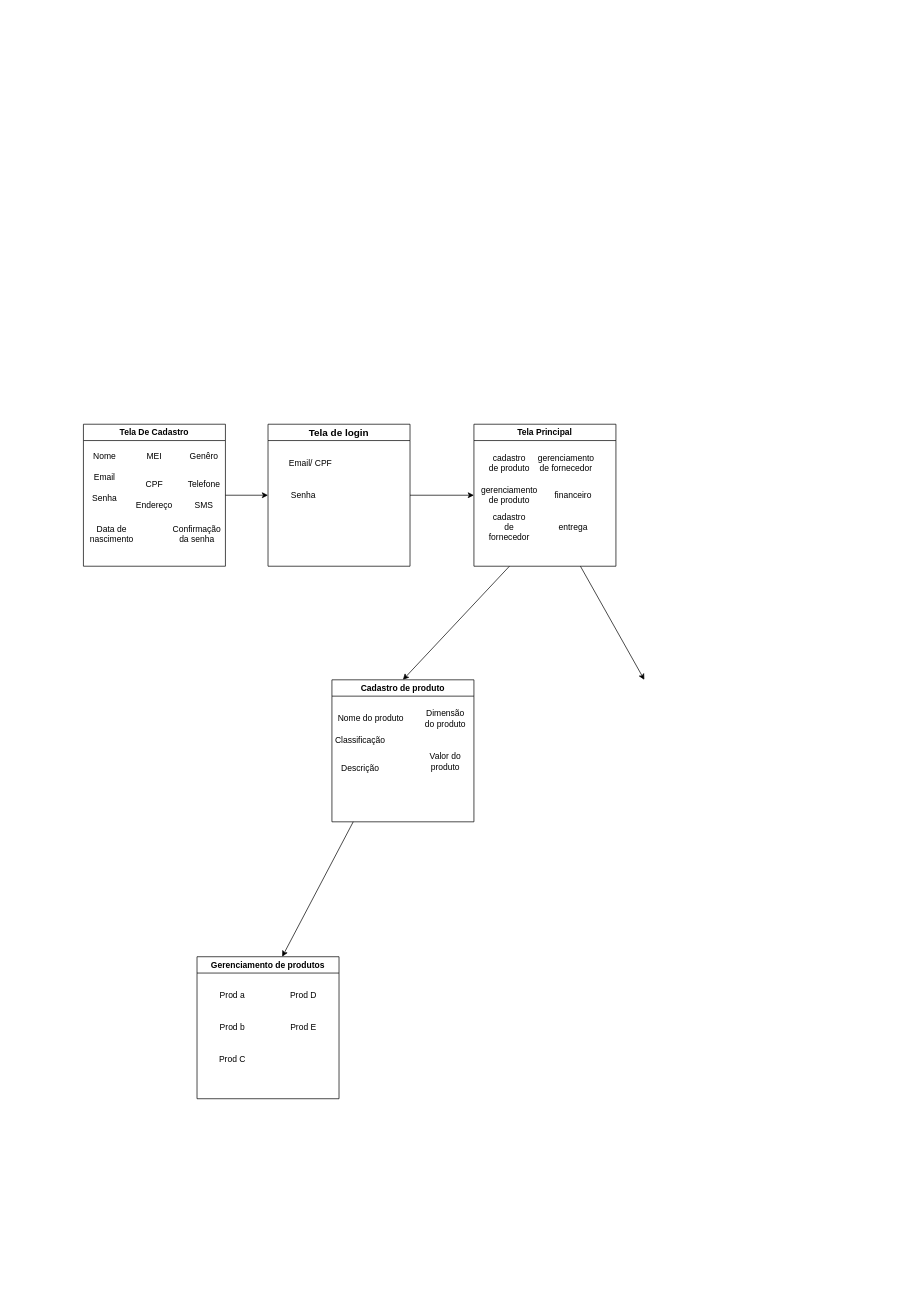
Earlier version of the draw.io diagram doc/diagrama de classe e o fluxograma/Diagrama de classe.drawio (Apaixonadopormotores/trabalho-ds). Source tidied: cells renumbered, new cells numbered last; positions are measured from the earlier drawing's top-left corner, leaving out a move shared by most shapes. Both pictures are drawn from the tidied source at 71%, with x=0, y=0 at pixel (83, 424).
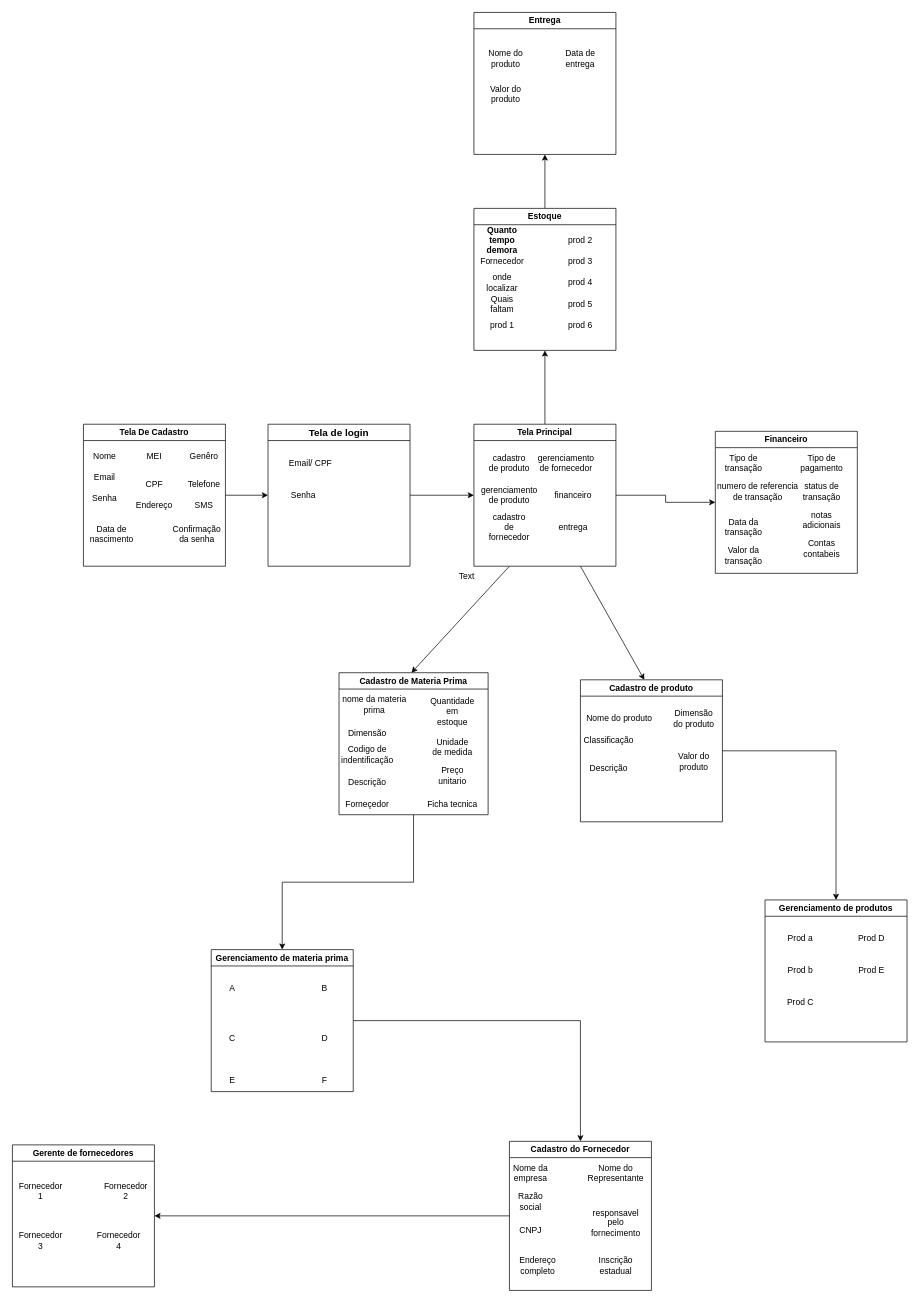
After the change.

Unchanged cells that the change refers to:
```xml
<mxCell id="19" value="Tela Principal" style="swimlane;whiteSpace=wrap;html=1;" parent="1" vertex="1">
  <mxGeometry x="550" width="200" height="200" as="geometry" />
</mxCell>
```

Diff of the diagram source:
```diff
@@
+    <mxCell id="41" style="edgeStyle=orthogonalEdgeStyle;rounded=0;jettySize=auto;html=1;" parent="1" edge="1" source="19" target="79">
+      <mxGeometry relative="1" as="geometry" />
+    </mxCell>
+    <mxCell id="42" style="edgeStyle=orthogonalEdgeStyle;rounded=0;jettySize=auto;html=1;exitX=1;exitY=0.5;exitDx=0;exitDy=0;" parent="1" edge="1" source="19" target="94">
+      <mxGeometry relative="1" as="geometry" />
+    </mxCell>
@@
     <mxCell id="26" style="endArrow=classic;html=1;rounded=0;exitX=0.25;exitY=1;exitDx=0;exitDy=0;" parent="1" edge="1" source="19">
       <mxGeometry relative="1" as="geometry">
-        <mxPoint x="450" y="360" as="targetPoint" />
+        <mxPoint x="462" y="350" as="targetPoint" />
       </mxGeometry>
     </mxCell>
@@
+    <mxCell id="43" style="edgeStyle=orthogonalEdgeStyle;rounded=0;jettySize=auto;html=1;" parent="1" edge="1" source="28" target="35">
+      <mxGeometry relative="1" as="geometry" />
+    </mxCell>
     <mxCell id="28" value="Cadastro de produto" style="swimlane;whiteSpace=wrap;html=1;" parent="1" vertex="1">
-      <mxGeometry x="350" y="360" width="200" height="200" as="geometry" />
+      <mxGeometry x="700" y="360" width="200" height="200" as="geometry" />
     </mxCell>
@@
-    <mxCell id="34" style="endArrow=classic;html=1;rounded=0;" parent="1" edge="1">
-      <mxGeometry relative="1" as="geometry">
-        <mxPoint x="380" y="560" as="sourcePoint" />
-        <mxPoint x="280" y="750" as="targetPoint" />
-      </mxGeometry>
-    </mxCell>
     <mxCell id="35" value="Gerenciamento de produtos" style="swimlane;whiteSpace=wrap;html=1;" parent="1" vertex="1">
-      <mxGeometry x="160" y="750" width="200" height="200" as="geometry" />
+      <mxGeometry x="960" y="670" width="200" height="200" as="geometry" />
     </mxCell>
@@
+    <mxCell id="44" value="Text" style="text;html=1;align=center;verticalAlign=middle;whiteSpace=wrap;rounded=0;" parent="1" vertex="1">
+      <mxGeometry x="510" y="200" width="60" height="30" as="geometry" />
+    </mxCell>
+    <mxCell id="45" style="edgeStyle=orthogonalEdgeStyle;rounded=0;jettySize=auto;html=1;exitX=0.5;exitY=1;exitDx=0;exitDy=0;entryX=0.5;entryY=0;entryDx=0;entryDy=0;" parent="1" edge="1" source="46" target="57">
+      <mxGeometry relative="1" as="geometry" />
+    </mxCell>
+    <mxCell id="46" value="Cadastro de Materia Prima" style="swimlane;whiteSpace=wrap;html=1;" parent="1" vertex="1">
+      <mxGeometry x="360" y="350" width="210" height="200" as="geometry" />
+    </mxCell>
+    <mxCell id="47" value="nome da materia prima" style="text;html=1;align=center;verticalAlign=middle;whiteSpace=wrap;rounded=0;" parent="46" vertex="1">
+      <mxGeometry y="40" width="100" height="10" as="geometry" />
+    </mxCell>
+    <mxCell id="48" value="Dimensão" style="text;html=1;align=center;verticalAlign=middle;whiteSpace=wrap;rounded=0;" parent="46" vertex="1">
+      <mxGeometry x="-10" y="80" width="100" height="10" as="geometry" />
+    </mxCell>
+    <mxCell id="49" value="Codigo de indentificação" style="text;html=1;align=center;verticalAlign=middle;whiteSpace=wrap;rounded=0;" parent="46" vertex="1">
+      <mxGeometry x="10" y="100" width="60" height="30" as="geometry" />
+    </mxCell>
+    <mxCell id="50" value="Descrição" style="text;html=1;align=center;verticalAlign=middle;whiteSpace=wrap;rounded=0;" parent="46" vertex="1">
+      <mxGeometry x="10" y="140" width="60" height="30" as="geometry" />
+    </mxCell>
+    <mxCell id="51" value="Forneçedor" style="text;html=1;align=center;verticalAlign=middle;whiteSpace=wrap;rounded=0;" parent="46" vertex="1">
+      <mxGeometry x="10" y="170" width="60" height="30" as="geometry" />
+    </mxCell>
+    <mxCell id="52" value="Quantidade em estoque" style="text;html=1;align=center;verticalAlign=middle;whiteSpace=wrap;rounded=0;" parent="46" vertex="1">
+      <mxGeometry x="130" y="40" width="60" height="30" as="geometry" />
+    </mxCell>
+    <mxCell id="53" value="Unidade de medida" style="text;html=1;align=center;verticalAlign=middle;whiteSpace=wrap;rounded=0;" parent="46" vertex="1">
+      <mxGeometry x="130" y="90" width="60" height="30" as="geometry" />
+    </mxCell>
+    <mxCell id="54" value="Preço unitario" style="text;html=1;align=center;verticalAlign=middle;whiteSpace=wrap;rounded=0;" parent="46" vertex="1">
+      <mxGeometry x="130" y="130" width="60" height="30" as="geometry" />
+    </mxCell>
+    <mxCell id="55" value="Ficha tecnica" style="text;html=1;align=center;verticalAlign=middle;whiteSpace=wrap;rounded=0;" parent="46" vertex="1">
+      <mxGeometry x="110" y="180" width="100" height="10" as="geometry" />
+    </mxCell>
+    <mxCell id="56" style="edgeStyle=orthogonalEdgeStyle;rounded=0;jettySize=auto;html=1;" parent="1" edge="1" source="57" target="65">
+      <mxGeometry relative="1" as="geometry" />
+    </mxCell>
+    <mxCell id="57" value="Gerenciamento de materia prima" style="swimlane;whiteSpace=wrap;html=1;" parent="1" vertex="1">
+      <mxGeometry x="180" y="740" width="200" height="200" as="geometry" />
+    </mxCell>
+    <mxCell id="58" value="A" style="text;html=1;align=center;verticalAlign=middle;whiteSpace=wrap;rounded=0;" parent="57" vertex="1">
+      <mxGeometry y="40" width="60" height="30" as="geometry" />
+    </mxCell>
+    <mxCell id="59" value="B" style="text;html=1;align=center;verticalAlign=middle;whiteSpace=wrap;rounded=0;" parent="57" vertex="1">
+      <mxGeometry x="130" y="40" width="60" height="30" as="geometry" />
+    </mxCell>
+    <mxCell id="60" value="C" style="text;html=1;align=center;verticalAlign=middle;whiteSpace=wrap;rounded=0;" parent="57" vertex="1">
+      <mxGeometry y="110" width="60" height="30" as="geometry" />
+    </mxCell>
+    <mxCell id="61" value="D" style="text;html=1;align=center;verticalAlign=middle;whiteSpace=wrap;rounded=0;" parent="57" vertex="1">
+      <mxGeometry x="130" y="110" width="60" height="30" as="geometry" />
+    </mxCell>
+    <mxCell id="62" value="E" style="text;html=1;align=center;verticalAlign=middle;whiteSpace=wrap;rounded=0;" parent="57" vertex="1">
+      <mxGeometry y="170" width="60" height="30" as="geometry" />
+    </mxCell>
+    <mxCell id="63" value="F" style="text;html=1;align=center;verticalAlign=middle;whiteSpace=wrap;rounded=0;" parent="57" vertex="1">
+      <mxGeometry x="130" y="170" width="60" height="30" as="geometry" />
+    </mxCell>
+    <mxCell id="64" style="edgeStyle=orthogonalEdgeStyle;rounded=0;jettySize=auto;html=1;" parent="1" edge="1" source="65" target="73">
+      <mxGeometry relative="1" as="geometry" />
+    </mxCell>
+    <mxCell id="65" value="Cadastro do Fornecedor" style="swimlane;whiteSpace=wrap;html=1;" parent="1" vertex="1">
+      <mxGeometry x="600" y="1010" width="200" height="210" as="geometry" />
+    </mxCell>
+    <mxCell id="66" value="Nome da empresa" style="text;html=1;align=center;verticalAlign=middle;whiteSpace=wrap;rounded=0;" parent="65" vertex="1">
+      <mxGeometry y="30" width="60" height="30" as="geometry" />
+    </mxCell>
+    <mxCell id="67" value="Razão social" style="text;html=1;align=center;verticalAlign=middle;whiteSpace=wrap;rounded=0;" parent="65" vertex="1">
+      <mxGeometry y="70" width="60" height="30" as="geometry" />
+    </mxCell>
+    <mxCell id="68" value="CNPJ" style="text;html=1;align=center;verticalAlign=middle;whiteSpace=wrap;rounded=0;" parent="65" vertex="1">
+      <mxGeometry y="110" width="60" height="30" as="geometry" />
+    </mxCell>
+    <mxCell id="69" value="Inscrição estadual" style="text;html=1;align=center;verticalAlign=middle;whiteSpace=wrap;rounded=0;" parent="65" vertex="1">
+      <mxGeometry x="120" y="160" width="60" height="30" as="geometry" />
+    </mxCell>
+    <mxCell id="70" value="Endereço completo" style="text;html=1;align=center;verticalAlign=middle;whiteSpace=wrap;rounded=0;" parent="65" vertex="1">
+      <mxGeometry x="10" y="160" width="60" height="30" as="geometry" />
+    </mxCell>
+    <mxCell id="71" value="Nome do Representante" style="text;html=1;align=center;verticalAlign=middle;whiteSpace=wrap;rounded=0;" parent="65" vertex="1">
+      <mxGeometry x="120" y="30" width="60" height="30" as="geometry" />
+    </mxCell>
+    <mxCell id="72" value="responsavel pelo fornecimento" style="text;html=1;align=center;verticalAlign=middle;whiteSpace=wrap;rounded=0;" parent="65" vertex="1">
+      <mxGeometry x="120" y="100" width="60" height="30" as="geometry" />
+    </mxCell>
+    <mxCell id="73" value="Gerente de fornecedores" style="swimlane;whiteSpace=wrap;html=1;" parent="1" vertex="1">
+      <mxGeometry x="-100" y="1015" width="200" height="200" as="geometry" />
+    </mxCell>
+    <mxCell id="74" value="Fornecedor 1" style="text;html=1;align=center;verticalAlign=middle;whiteSpace=wrap;rounded=0;" parent="73" vertex="1">
+      <mxGeometry x="10" y="50" width="60" height="30" as="geometry" />
+    </mxCell>
+    <mxCell id="75" value="Fornecedor 2" style="text;html=1;align=center;verticalAlign=middle;whiteSpace=wrap;rounded=0;" parent="73" vertex="1">
+      <mxGeometry x="130" y="50" width="60" height="30" as="geometry" />
+    </mxCell>
+    <mxCell id="76" value="Fornecedor 3" style="text;html=1;align=center;verticalAlign=middle;whiteSpace=wrap;rounded=0;" parent="73" vertex="1">
+      <mxGeometry x="10" y="120" width="60" height="30" as="geometry" />
+    </mxCell>
+    <mxCell id="77" value="Fornecedor 4" style="text;html=1;align=center;verticalAlign=middle;whiteSpace=wrap;rounded=0;" parent="73" vertex="1">
+      <mxGeometry x="120" y="120" width="60" height="30" as="geometry" />
+    </mxCell>
+    <mxCell id="78" style="edgeStyle=orthogonalEdgeStyle;rounded=0;jettySize=auto;html=1;" parent="1" edge="1" source="79" target="90">
+      <mxGeometry relative="1" as="geometry" />
+    </mxCell>
+    <mxCell id="79" value="Estoque" style="swimlane;whiteSpace=wrap;html=1;" parent="1" vertex="1">
+      <mxGeometry x="550" y="-304" width="200" height="200" as="geometry" />
+    </mxCell>
+    <mxCell id="80" value="&lt;b&gt;Quanto tempo demora&lt;/b&gt;" style="text;html=1;align=center;verticalAlign=middle;whiteSpace=wrap;rounded=0;" parent="79" vertex="1">
+      <mxGeometry x="15" y="35" width="50" height="20" as="geometry" />
+    </mxCell>
+    <mxCell id="81" value="Fornecedor" style="text;html=1;align=center;verticalAlign=middle;whiteSpace=wrap;rounded=0;" parent="79" vertex="1">
+      <mxGeometry x="10" y="60" width="60" height="30" as="geometry" />
+    </mxCell>
+    <mxCell id="82" value="onde localizar" style="text;html=1;align=center;verticalAlign=middle;whiteSpace=wrap;rounded=0;" parent="79" vertex="1">
+      <mxGeometry x="10" y="90" width="60" height="30" as="geometry" />
+    </mxCell>
+    <mxCell id="83" value="Quais faltam" style="text;html=1;align=center;verticalAlign=middle;whiteSpace=wrap;rounded=0;" parent="79" vertex="1">
+      <mxGeometry x="10" y="120" width="60" height="30" as="geometry" />
+    </mxCell>
+    <mxCell id="84" value="prod 1" style="text;html=1;align=center;verticalAlign=middle;whiteSpace=wrap;rounded=0;" parent="79" vertex="1">
+      <mxGeometry x="10" y="150" width="60" height="30" as="geometry" />
+    </mxCell>
+    <mxCell id="85" value="prod 2" style="text;html=1;align=center;verticalAlign=middle;whiteSpace=wrap;rounded=0;" parent="79" vertex="1">
+      <mxGeometry x="120" y="30" width="60" height="30" as="geometry" />
+    </mxCell>
+    <mxCell id="86" value="prod 3" style="text;html=1;align=center;verticalAlign=middle;whiteSpace=wrap;rounded=0;" parent="79" vertex="1">
+      <mxGeometry x="120" y="60" width="60" height="30" as="geometry" />
+    </mxCell>
+    <mxCell id="87" value="prod 4" style="text;html=1;align=center;verticalAlign=middle;whiteSpace=wrap;rounded=0;" parent="79" vertex="1">
+      <mxGeometry x="120" y="90" width="60" height="30" as="geometry" />
+    </mxCell>
+    <mxCell id="88" value="prod 5" style="text;html=1;align=center;verticalAlign=middle;whiteSpace=wrap;rounded=0;" parent="79" vertex="1">
+      <mxGeometry x="120" y="120" width="60" height="30" as="geometry" />
+    </mxCell>
+    <mxCell id="89" value="prod 6" style="text;html=1;align=center;verticalAlign=middle;whiteSpace=wrap;rounded=0;" parent="79" vertex="1">
+      <mxGeometry x="120" y="150" width="60" height="30" as="geometry" />
+    </mxCell>
+    <mxCell id="90" value="Entrega" style="swimlane;whiteSpace=wrap;html=1;" parent="1" vertex="1">
+      <mxGeometry x="550" y="-580" width="200" height="200" as="geometry" />
+    </mxCell>
+    <mxCell id="91" value="Nome do produto" style="text;html=1;align=center;verticalAlign=middle;whiteSpace=wrap;rounded=0;" parent="90" vertex="1">
+      <mxGeometry x="15" y="50" width="60" height="30" as="geometry" />
+    </mxCell>
+    <mxCell id="92" value="Data de entrega" style="text;html=1;align=center;verticalAlign=middle;whiteSpace=wrap;rounded=0;" parent="90" vertex="1">
+      <mxGeometry x="120" y="50" width="60" height="30" as="geometry" />
+    </mxCell>
+    <mxCell id="93" value="Valor do produto" style="text;html=1;align=center;verticalAlign=middle;whiteSpace=wrap;rounded=0;" parent="90" vertex="1">
+      <mxGeometry x="15" y="100" width="60" height="30" as="geometry" />
+    </mxCell>
+    <mxCell id="94" value="Financeiro" style="swimlane;whiteSpace=wrap;html=1;" parent="1" vertex="1">
+      <mxGeometry x="890" y="10" width="200" height="200" as="geometry" />
+    </mxCell>
+    <mxCell id="95" value="Tipo de transação" style="text;html=1;align=center;verticalAlign=middle;whiteSpace=wrap;rounded=0;" parent="94" vertex="1">
+      <mxGeometry x="10" y="30" width="60" height="30" as="geometry" />
+    </mxCell>
+    <mxCell id="96" value="Valor da transação" style="text;html=1;align=center;verticalAlign=middle;whiteSpace=wrap;rounded=0;" parent="94" vertex="1">
+      <mxGeometry x="10" y="160" width="60" height="30" as="geometry" />
+    </mxCell>
+    <mxCell id="97" value="Data da transação" style="text;html=1;align=center;verticalAlign=middle;whiteSpace=wrap;rounded=0;" parent="94" vertex="1">
+      <mxGeometry x="10" y="120" width="60" height="30" as="geometry" />
+    </mxCell>
+    <mxCell id="98" value="numero de referencia de transação" style="text;html=1;align=center;verticalAlign=middle;whiteSpace=wrap;rounded=0;" parent="94" vertex="1">
+      <mxGeometry y="70" width="120" height="30" as="geometry" />
+    </mxCell>
+    <mxCell id="99" value="Tipo de pagamento" style="text;html=1;align=center;verticalAlign=middle;whiteSpace=wrap;rounded=0;" parent="94" vertex="1">
+      <mxGeometry x="120" y="30" width="60" height="30" as="geometry" />
+    </mxCell>
+    <mxCell id="100" value="status de transação" style="text;html=1;align=center;verticalAlign=middle;whiteSpace=wrap;rounded=0;" parent="94" vertex="1">
+      <mxGeometry x="120" y="70" width="60" height="30" as="geometry" />
+    </mxCell>
+    <mxCell id="101" value="notas adicionais" style="text;html=1;align=center;verticalAlign=middle;whiteSpace=wrap;rounded=0;" parent="94" vertex="1">
+      <mxGeometry x="120" y="110" width="60" height="30" as="geometry" />
+    </mxCell>
+    <mxCell id="102" value="Contas contabeis" style="text;html=1;align=center;verticalAlign=middle;whiteSpace=wrap;rounded=0;" parent="94" vertex="1">
+      <mxGeometry x="120" y="150" width="60" height="30" as="geometry" />
+    </mxCell>
```
